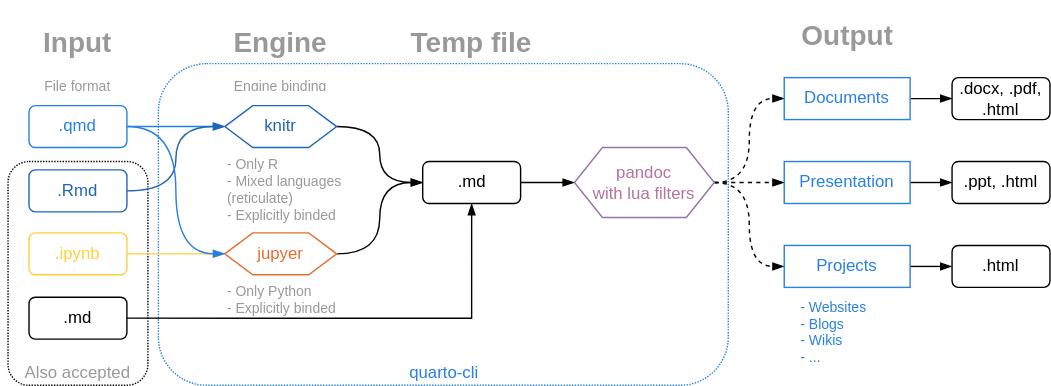
Above: slides/images/quarto-diagram.drawio.svg in WarwickCIM/quarto-workshop (draw.io), before the change. Source tidied: cells renumbered, new cells last; positions are measured from the earlier drawing's top-left corner, leaving out a move shared by most shapes.
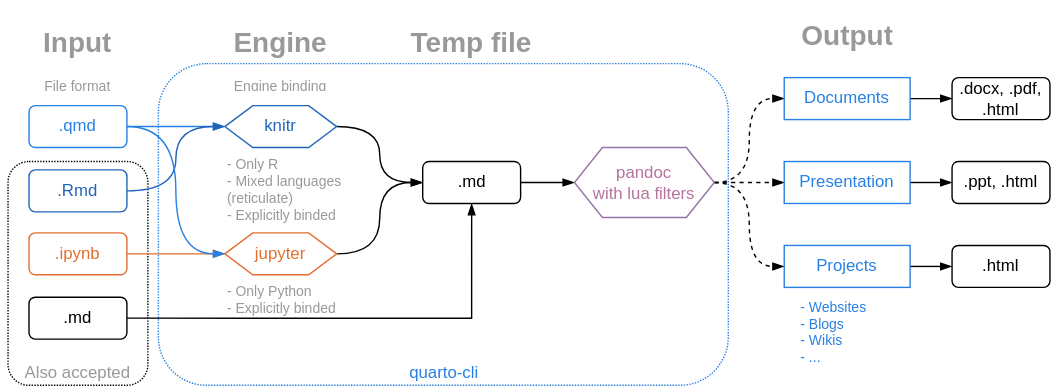
Later version of the same file.

Commit message:
Task #7 - Fix diagram

Change to the diagram source:
```diff
@@ -17,10 +17,10 @@
     <mxCell id="6" value=".qmd" style="rounded=1;whiteSpace=wrap;html=1;strokeColor=#2780e3;fontColor=#2780e3;" parent="1" vertex="1">
       <mxGeometry x="20" y="65" width="70" height="30" as="geometry" />
     </mxCell>
-    <mxCell id="7" style="edgeStyle=orthogonalEdgeStyle;rounded=0;jettySize=auto;html=1;exitX=1;exitY=0.5;exitDx=0;exitDy=0;fontColor=#2780e3;endArrow=blockThin;endFill=1;strokeColor=#FFCF3C;" parent="1" edge="1" source="8" target="14">
-      <mxGeometry relative="1" as="geometry" />
-    </mxCell>
+    <mxCell id="39" style="edgeStyle=orthogonalEdgeStyle;rounded=0;jettySize=auto;html=1;exitX=1;exitY=0.5;exitDx=0;exitDy=0;fontColor=#2780e3;endArrow=blockThin;endFill=1;strokeColor=#E46E2E;" parent="1" edge="1" source="8" target="41">
+      <mxGeometry relative="1" as="geometry" />
+    </mxCell>
-    <mxCell id="8" value=".ipynb" style="rounded=1;whiteSpace=wrap;html=1;strokeColor=#ffcf3c;fontColor=#FFCF3C;" parent="1" vertex="1">
+    <mxCell id="8" value=".ipynb" style="rounded=1;whiteSpace=wrap;html=1;strokeColor=#E46E2E;fontColor=#E46E2E;" parent="1" vertex="1">
       <mxGeometry x="20" y="156" width="70" height="30" as="geometry" />
     </mxCell>
     <mxCell id="9" style="edgeStyle=orthogonalEdgeStyle;rounded=0;jettySize=auto;html=1;exitX=1;exitY=0.5;exitDx=0;exitDy=0;entryX=0.5;entryY=1;entryDx=0;entryDy=0;fontColor=#2165b9;endArrow=blockThin;endFill=1;" parent="1" edge="1" source="10" target="16">
@@ -35,12 +35,12 @@
     <mxCell id="12" value="knitr" style="shape=hexagon;perimeter=hexagonPerimeter2;whiteSpace=wrap;html=1;fixedSize=1;fontColor=#2165b9;strokeColor=#2165b9;" parent="1" vertex="1">
       <mxGeometry x="160" y="65" width="80" height="30" as="geometry" />
     </mxCell>
-    <mxCell id="13" style="edgeStyle=orthogonalEdgeStyle;curved=1;rounded=0;jettySize=auto;html=1;exitX=1;exitY=0.5;exitDx=0;exitDy=0;entryX=0;entryY=0.5;entryDx=0;entryDy=0;fontSize=10;fontColor=#333333;endArrow=blockThin;endFill=1;" parent="1" edge="1" source="14" target="16">
-      <mxGeometry relative="1" as="geometry" />
-    </mxCell>
-    <mxCell id="14" value="jupyer" style="shape=hexagon;perimeter=hexagonPerimeter2;whiteSpace=wrap;html=1;fixedSize=1;fontColor=#e46e2e;strokeColor=#e46e2e;" parent="1" vertex="1">
-      <mxGeometry x="160" y="156" width="80" height="30" as="geometry" />
-    </mxCell>
+    <mxCell id="40" style="edgeStyle=orthogonalEdgeStyle;curved=1;rounded=0;jettySize=auto;html=1;exitX=1;exitY=0.5;exitDx=0;exitDy=0;entryX=0;entryY=0.5;entryDx=0;entryDy=0;fontSize=10;fontColor=#333333;endArrow=blockThin;endFill=1;" parent="1" edge="1" source="41" target="16">
+      <mxGeometry relative="1" as="geometry" />
+    </mxCell>
+    <mxCell id="41" value="jupyter" style="shape=hexagon;perimeter=hexagonPerimeter2;whiteSpace=wrap;html=1;fixedSize=1;fontColor=#e46e2e;strokeColor=#e46e2e;" parent="1" vertex="1">
+      <mxGeometry x="160" y="156" width="80" height="30" as="geometry" />
+    </mxCell>
     <mxCell id="15" style="edgeStyle=orthogonalEdgeStyle;rounded=0;jettySize=auto;html=1;exitX=1;exitY=0.5;exitDx=0;exitDy=0;fontSize=10;fontColor=#333333;endArrow=blockThin;endFill=1;" parent="1" edge="1" source="16" target="25">
       <mxGeometry relative="1" as="geometry" />
     </mxCell>
@@ -110,8 +110,8 @@
     <mxCell id="37" value="&lt;div&gt;&lt;font color=&quot;#2780E3&quot;&gt;- Websites&lt;br&gt;&lt;/font&gt;&lt;/div&gt;&lt;div&gt;&lt;font color=&quot;#2780E3&quot;&gt;- Blogs&lt;/font&gt;&lt;/div&gt;&lt;div&gt;&lt;font color=&quot;#2780E3&quot;&gt;- Wikis&lt;/font&gt;&lt;/div&gt;&lt;div&gt;&lt;font color=&quot;#2780E3&quot;&gt;- ...&lt;br&gt;&lt;/font&gt;&lt;/div&gt;" style="text;html=1;strokeColor=none;fillColor=none;align=left;verticalAlign=top;whiteSpace=wrap;rounded=0;dashed=1;dashPattern=1 1;fontSize=10;fontColor=#999999;" parent="1" vertex="1">
       <mxGeometry x="570" y="197" width="70" height="50" as="geometry" />
     </mxCell>
-    <mxCell id="38" style="edgeStyle=orthogonalEdgeStyle;curved=1;rounded=0;jettySize=auto;html=1;exitX=1;exitY=0.5;exitDx=0;exitDy=0;entryX=0;entryY=0.5;entryDx=0;entryDy=0;fontSize=12;fontColor=#2780E3;endArrow=blockThin;endFill=1;strokeColor=#2780E3;" parent="1" edge="1" source="6" target="14">
-      <mxGeometry relative="1" as="geometry" />
-    </mxCell>
+    <mxCell id="42" style="edgeStyle=orthogonalEdgeStyle;curved=1;rounded=0;jettySize=auto;html=1;exitX=1;exitY=0.5;exitDx=0;exitDy=0;entryX=0;entryY=0.5;entryDx=0;entryDy=0;fontSize=12;fontColor=#2780E3;endArrow=blockThin;endFill=1;strokeColor=#2780E3;" parent="1" edge="1" source="6" target="41">
+      <mxGeometry relative="1" as="geometry" />
+    </mxCell>
   </root>
 </mxGraphModel>
```
